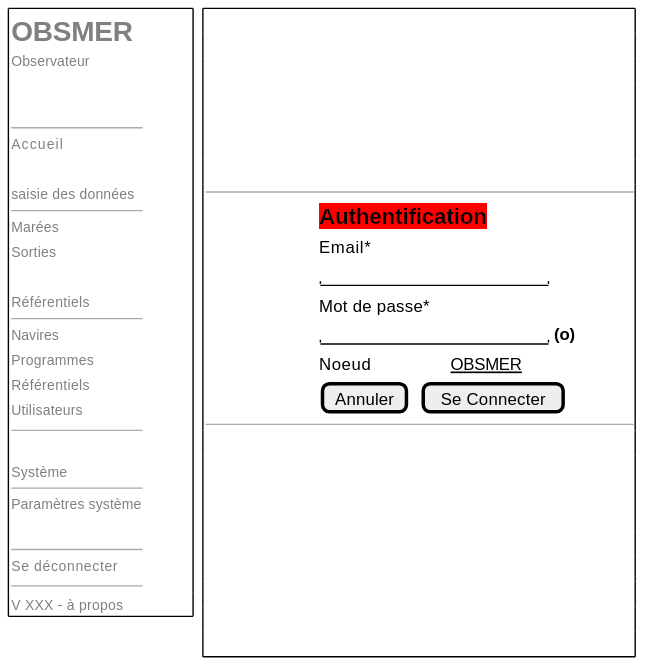
Earlier version of the PlantUML export projects/obsmer/spe/images/main-login-connect-out-next.svg (sumaris-net/sumaris-doc). Source of this version:
```plantuml
@startsalt
{
  {+
   {
       <b><font color=grey size=20>OBSMER    | . | . | . | . | . | . | .
       <font color=grey size=10>Observateur
       .
       .
       --
       <font color=grey size=10>Accueil    | .
       .
       <font color=grey size=10>saisie des données
       --
       <font color=grey size=10>Marées        | .
       <font color=grey size=10>Sorties        | .
       .
       <font color=grey size=10>Référentiels
       --
       <font color=grey size=10>Navires       | .
       <font color=grey size=10>Programmes        | .
       <font color=grey size=10>Référentiels        | .
       <font color=grey size=10>Utilisateurs        | .
       --
       .
       <font color=grey size=10>Système
       --
       <font color=grey size=10>Paramètres système       | .
       .

       --
       <font color=grey size=10>Se déconnecter       | .
       --
   }

   {
      <font color=grey size=10>V XXX - à propos
   }
  } | . | {+
    .
    .
    .
    .
    .
    .
    .
    { ---------------
    { | . | . | . | . | . | . | . | . | . | . | . | . | . | . | . | . |  <back:red><font color=black><size:16><b>Authentification  | . | . | . | . | . | . | . | . |}
    { | . | . | . | . | . | . | . | . | . | . | . | . | . | . | . | . |  Email*  }
    { | . | . | . | . | . | . | . | . | . | . | . | . | . | . | . | . |  "                    "  | . | . | . | . | . | . | . | . |}
    { | . | . | . | . | . | . | . | . | . | . | . | . | . | . | . | . |  Mot de passe*  }
    { | . | . | . | . | . | . | . | . | . | . | . | . | . | . | . | . |  "                    "  | <b>(o) | . | . | . | . | . | . | . | . |}
    { | . | . | . | . | . | . | . | . | . | . | . | . | . | . | . | . |  Noeud | . | . | . | . | . | . | . | . | . | . | . |<u>OBSMER| . | . | . | . | . | . | . | . |}
    { | . | . | . | . | . | . | . | . | . | . | . | . | . | . | . | . |   [Annuler]  | .| [Se Connecter] | . | . | . | . | . | . | . | . |}
    ---------------
    }
    .
    .
    .
    .
    .
    .
    .
    .
    .
    }
 }
  -- | -- | --

}
@endsalt
```
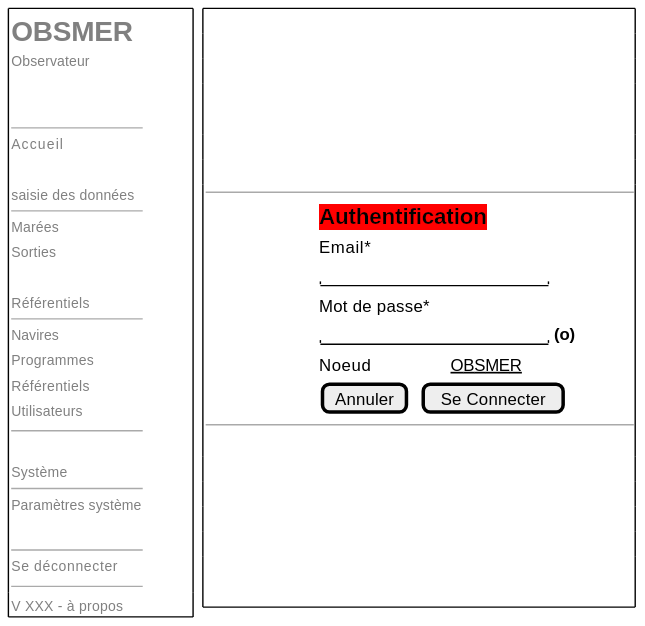
After the change.

Commit message:
[enh] Modify login screens

Change to the diagram source:
```diff
@@ -60,8 +60,6 @@
     .
     .
     .
-    .
-    .
     }
  }
   -- | -- | --
```
